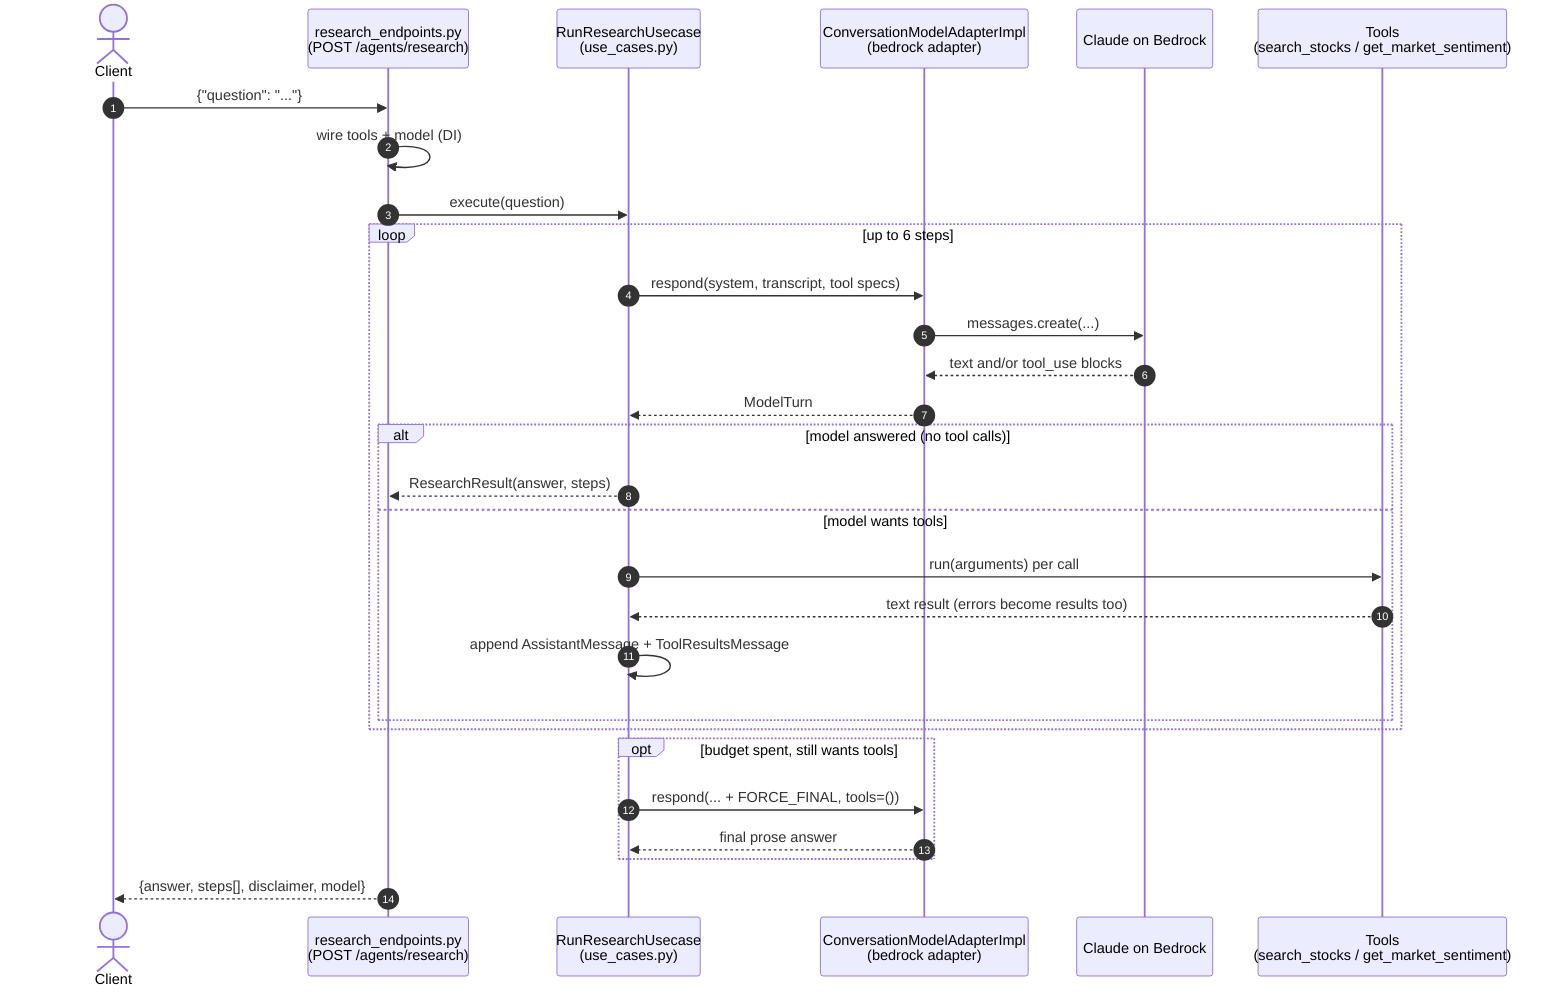
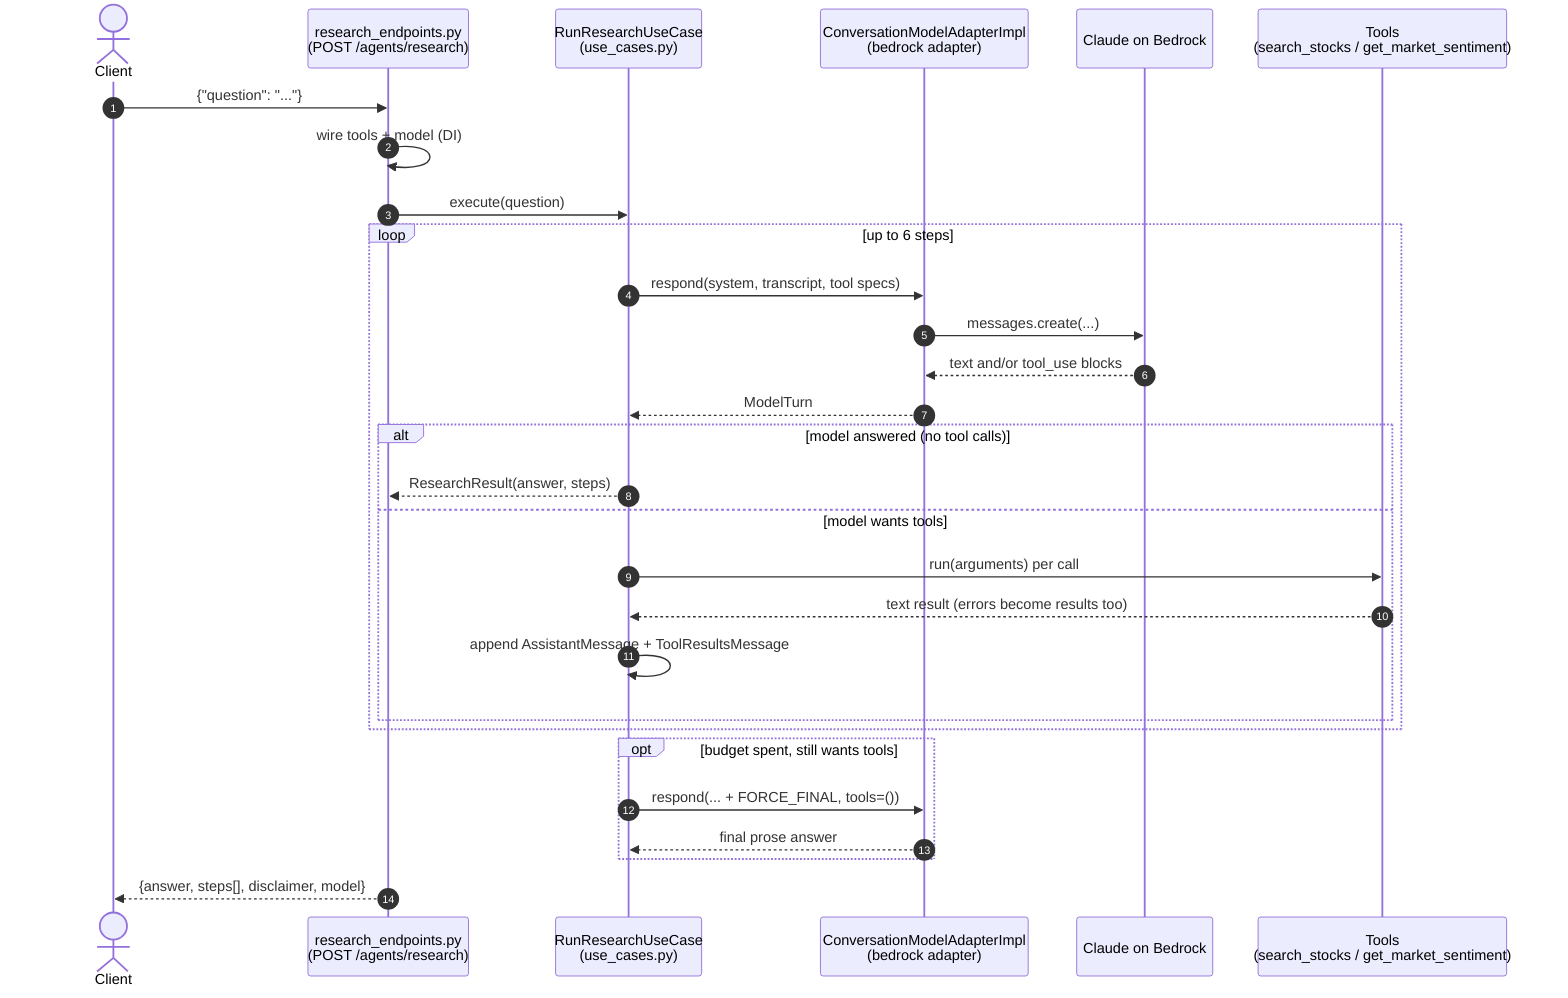
sequenceDiagram
    autonumber
    actor FE as Client
    participant EP as research_endpoints.py<br/>(POST /agents/research)
-     participant UC as RunResearchUsecase<br/>(use_cases.py)
+     participant UC as RunResearchUseCase<br/>(use_cases.py)
    participant AD as ConversationModelAdapterImpl<br/>(bedrock adapter)
    participant M as Claude on Bedrock
    participant T as Tools<br/>(search_stocks / get_market_sentiment)

    FE->>EP: {"question": "..."}
    EP->>EP: wire tools + model (DI)
    EP->>UC: execute(question)

    loop up to 6 steps
        UC->>AD: respond(system, transcript, tool specs)
        AD->>M: messages.create(...)
        M-->>AD: text and/or tool_use blocks
        AD-->>UC: ModelTurn
        alt model answered (no tool calls)
            UC-->>EP: ResearchResult(answer, steps)
        else model wants tools
            UC->>T: run(arguments) per call
            T-->>UC: text result (errors become results too)
            UC->>UC: append AssistantMessage + ToolResultsMessage
        end
    end

    opt budget spent, still wants tools
        UC->>AD: respond(... + FORCE_FINAL, tools=())
        AD-->>UC: final prose answer
    end

    EP-->>FE: {answer, steps[], disclaimer, model}
